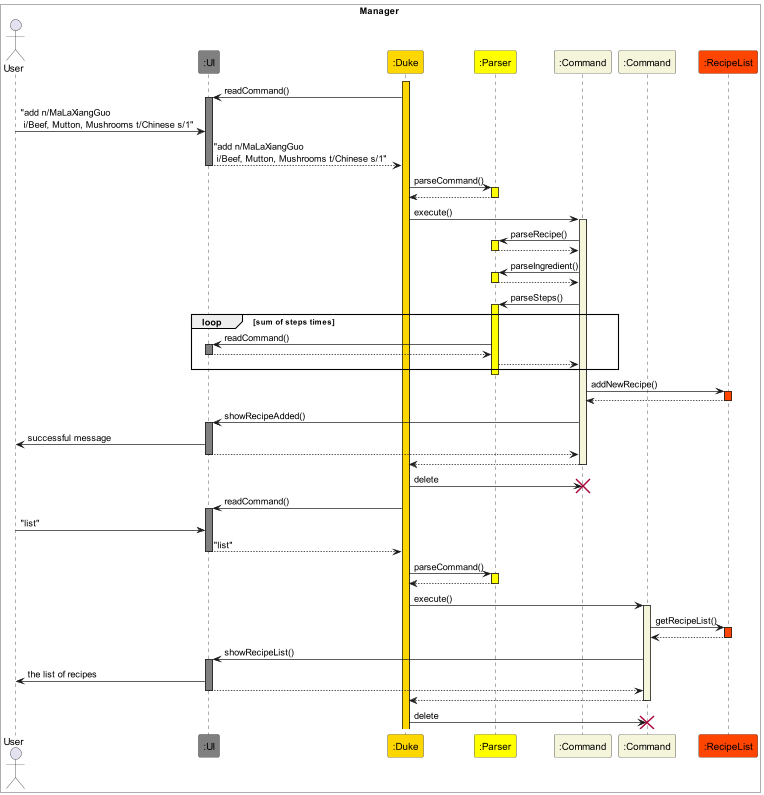
nus-cs2113-AY2223S2/tp keeps this PlantUML diagram as docs/PlantUML/RecipeManage_Add_List.png. Above is the earlier version.
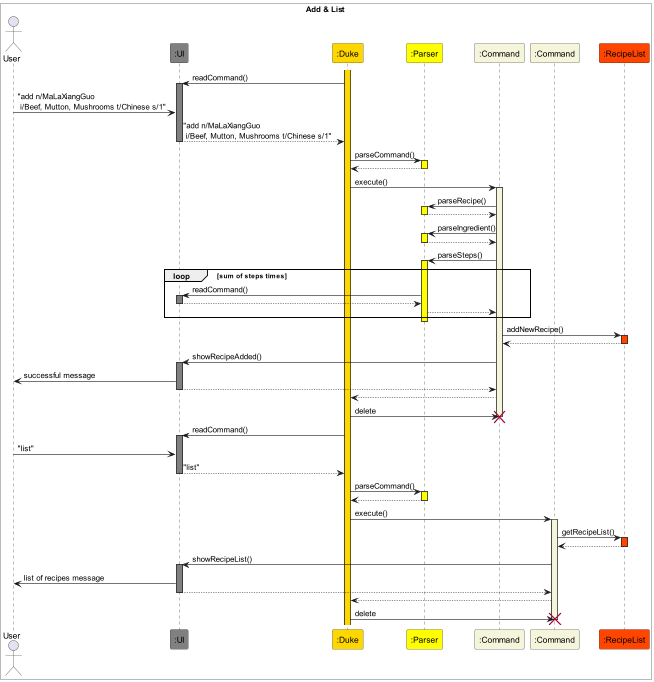
The same diagram one commit later.

What changed in the source:
```diff
@@ -1,5 +1,5 @@
-@startuml RecipeManage
-box Manager #White
+@startuml RecipeManage_Add_List
+box Add & List #White
 Actor User
 participant ":UI" as UI #Gray
 participant ":Duke" as Duke #Gold
@@ -49,8 +49,8 @@
 UI --> Command1
 deactivate UI
 Command1 --> Duke
-deactivate Command1 #Beige
 Duke -> Command1 : delete
+deactivate Command1
 destroy Command1
 Duke -> UI : readCommand()
 activate UI #Gray
@@ -69,12 +69,12 @@
 deactivate RecipeList
 Command2 -> UI : showRecipeList()
 activate UI #Gray
-UI -> User : the list of recipes
+UI -> User : list of recipes message
 UI --> Command2
 deactivate UI
 Command2 --> Duke
+Duke -> Command2 : delete
 deactivate Command2
-Duke -> Command2 : delete
 destroy Command2
 
 
```
